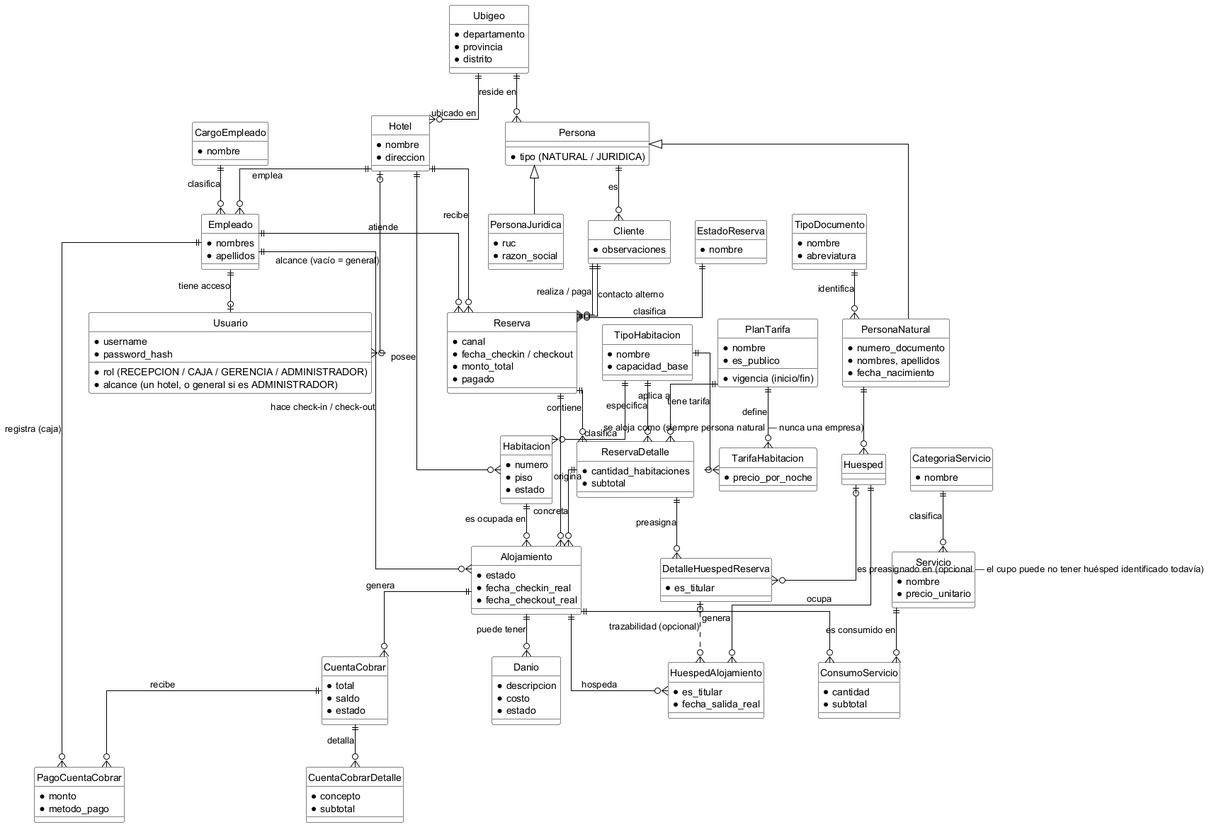
Piero134/base-de-datos-1 keeps this PlantUML diagram as Diagramas/Diagrama de Base de Datos/01_Modelo_Conceptual.png. Above is the earlier version.
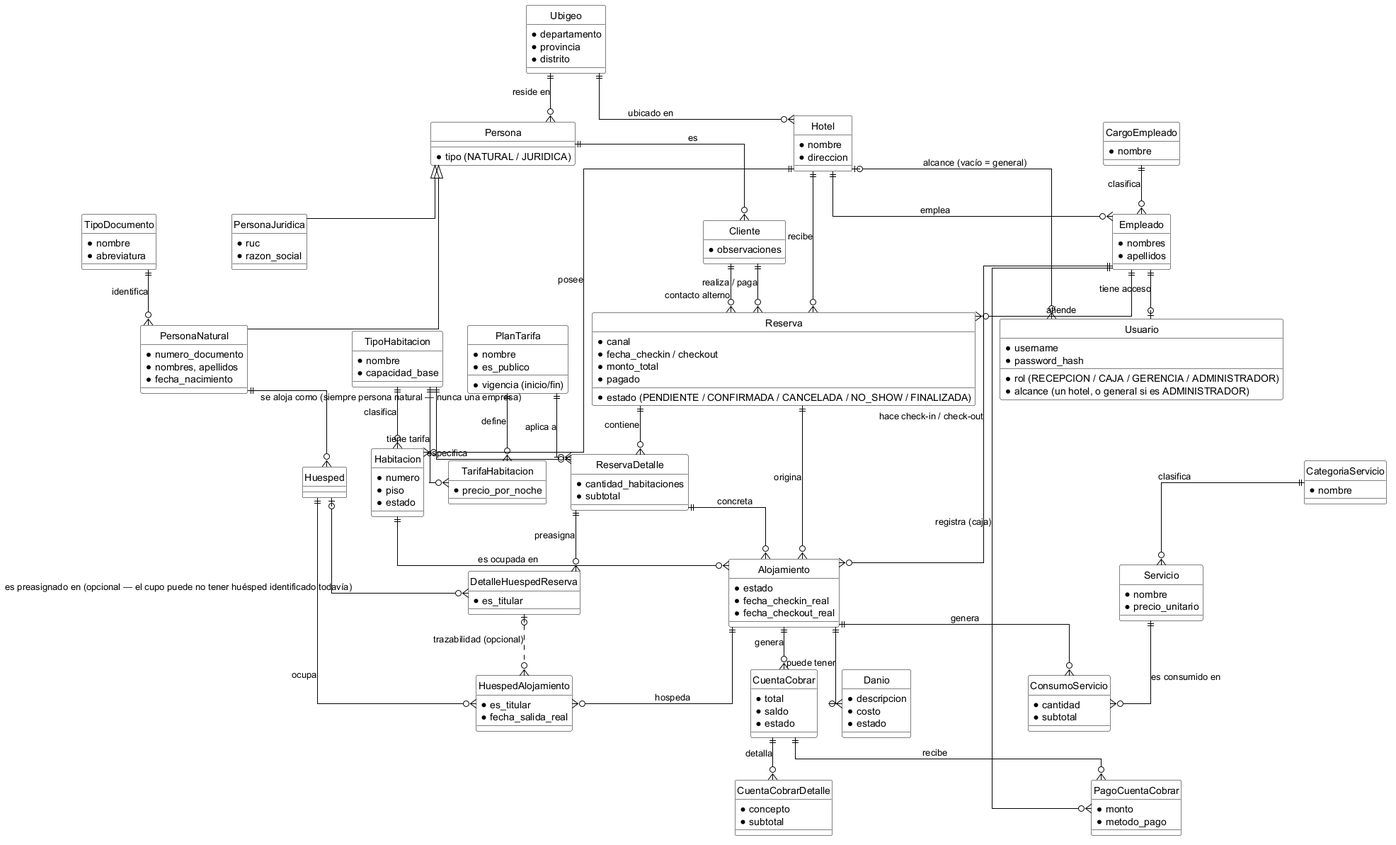
After the change.

The edit, as a diff of the source:
```diff
@@ -84,11 +84,8 @@
   * precio_por_noche
 }
 
-entity EstadoReserva {
-  * nombre
-}
-
 entity Reserva {
+  * estado (PENDIENTE / CONFIRMADA / CANCELADA / NO_SHOW / FINALIZADA)
   * canal
   * fecha_checkin / checkout
   * monto_total
@@ -175,7 +172,6 @@
 Cliente ||--o{ Reserva            : realiza / paga
 Cliente ||--o{ Reserva            : contacto alterno
 Empleado ||--o{ Reserva           : atiende
-EstadoReserva ||--o{ Reserva      : clasifica
 
 Reserva ||--o{ ReservaDetalle     : contiene
 TipoHabitacion ||--o{ ReservaDetalle : especifica
```
